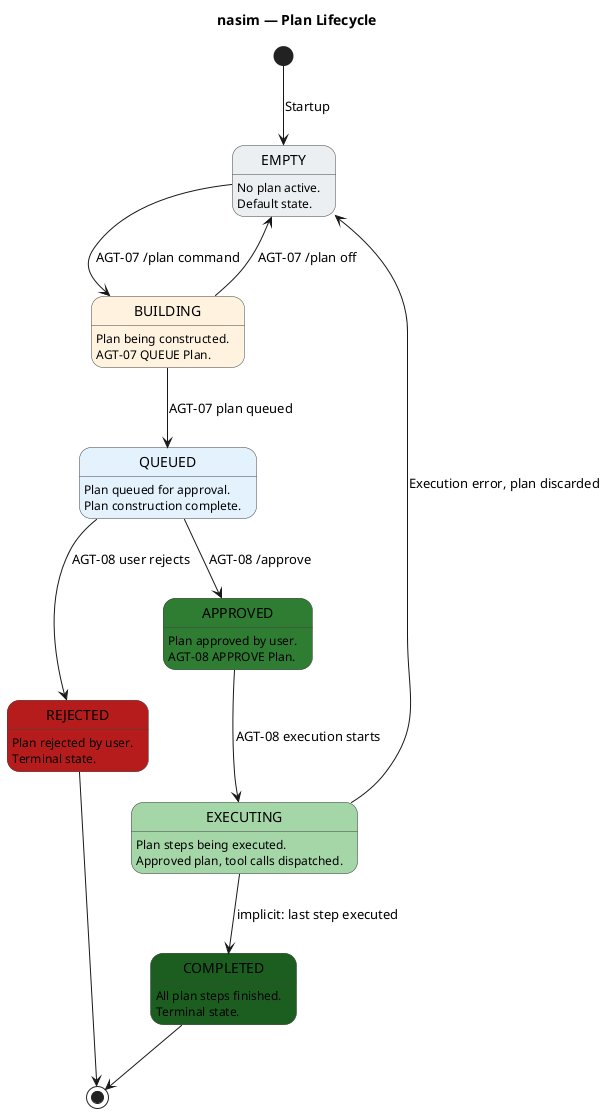
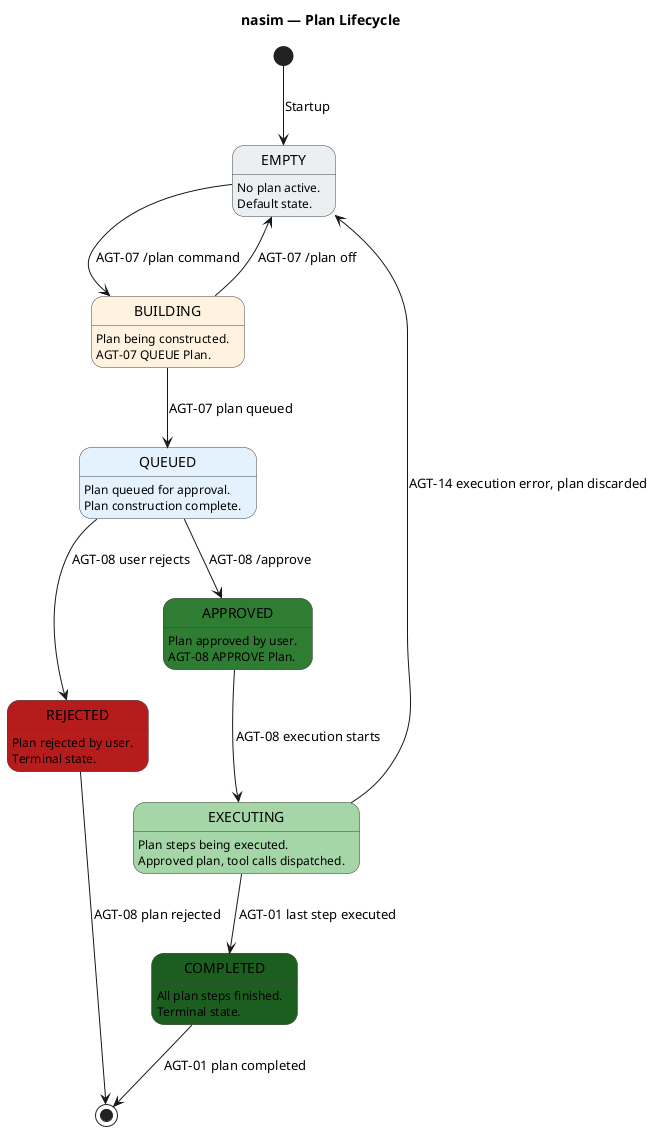
@startuml sm_plan_lifecycle
' ============================================================
' Title:     nasim — Plan Lifecycle State Machine
' Boundary:  nasim code agent
' Purpose:   Entity lifecycle for Plan (persisted in PlanSession)
' Milestone: v1.0
' Version:   6.0.0
' Source:    docs/UC/README.md
' Review:    docs/audit/audit.2026.06.20.sq-sm-chain.car.md
' ============================================================

title nasim — Plan Lifecycle

skinparam state {
  BackgroundColor #FFFFFF
  BorderColor #424242
  FontColor #000000
}

[*] --> EMPTY : Startup

state "EMPTY" as EMPTY #ECEFF1
EMPTY : No plan active.
EMPTY : Default state.

state "BUILDING" as BUILDING #FFF3E0
BUILDING : Plan being constructed.
BUILDING : AGT-07 QUEUE Plan.

state "QUEUED" as QUEUED #E3F2FD
QUEUED : Plan queued for approval.
QUEUED : Plan construction complete.

state "APPROVED" as APPROVED #2E7D32
APPROVED : Plan approved by user.
APPROVED : AGT-08 APPROVE Plan.

state "EXECUTING" as EXECUTING #A5D6A7
EXECUTING : Plan steps being executed.
EXECUTING : Approved plan, tool calls dispatched.

state "COMPLETED" as COMPLETED #1B5E20
COMPLETED : All plan steps finished.
COMPLETED : Terminal state.

state "REJECTED" as REJECTED #B71C1C
REJECTED : Plan rejected by user.
REJECTED : Terminal state.

EMPTY --> BUILDING : AGT-07 /plan command
BUILDING --> QUEUED : AGT-07 plan queued
BUILDING --> EMPTY : AGT-07 /plan off
QUEUED --> APPROVED : AGT-08 /approve
QUEUED --> REJECTED : AGT-08 user rejects
APPROVED --> EXECUTING : AGT-08 execution starts
- EXECUTING --> COMPLETED : implicit: last step executed
- EXECUTING --> EMPTY : Execution error, plan discarded
- COMPLETED --> [*]
- REJECTED --> [*]
+ EXECUTING --> COMPLETED : AGT-01 last step executed
+ EXECUTING --> EMPTY : AGT-14 execution error, plan discarded
+ COMPLETED --> [*] : AGT-01 plan completed
+ REJECTED --> [*] : AGT-08 plan rejected

@enduml
